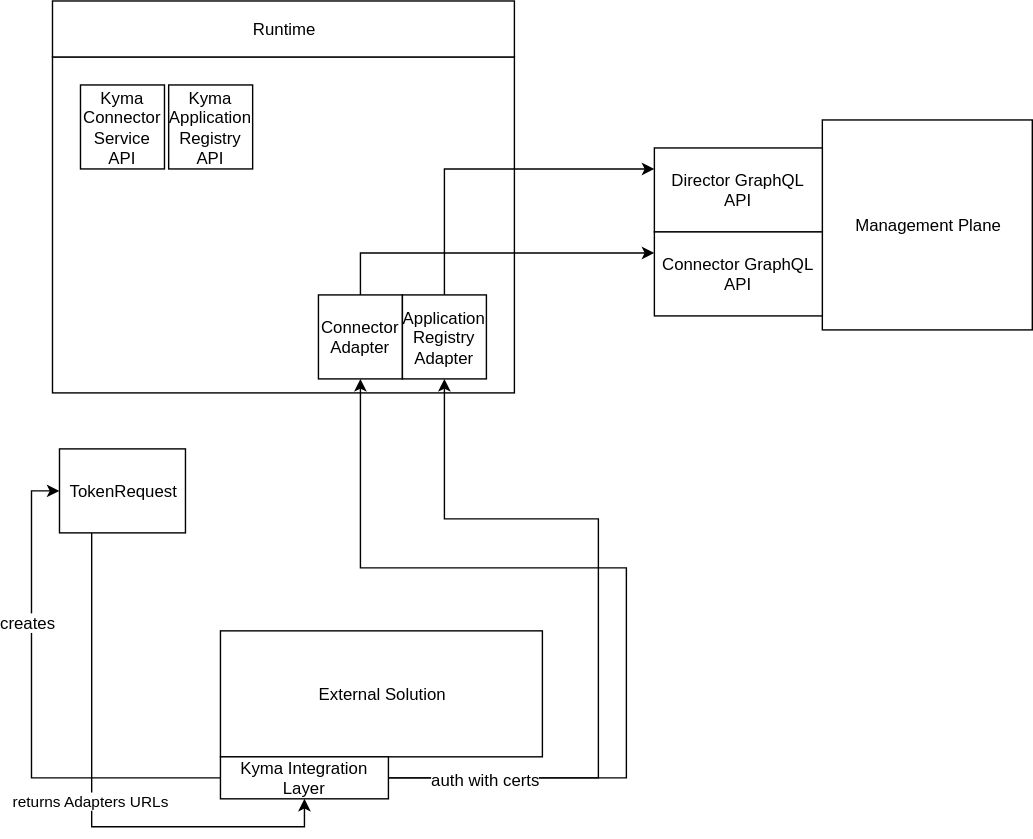
This is docs/investigations/rest-adapters/adpters.svg from kyma-incubator/compass, a draw.io export, as it was before one commit. Source tidied: cells renumbered, new cells last; positions are measured from the earlier drawing's top-left corner, leaving out a move shared by most shapes. Source of this version:
```xml
<mxGraphModel>
  <root>
    <mxCell id="0" />
    <mxCell id="1" parent="0" />
    <mxCell id="2" style="rounded=0;whiteSpace=wrap;html=1;" parent="1" vertex="1">
      <mxGeometry y="40" width="330" height="240" as="geometry" />
    </mxCell>
    <mxCell id="3" value="Management Plane" style="whiteSpace=wrap;html=1;" parent="1" vertex="1">
      <mxGeometry x="550" y="85" width="150" height="150" as="geometry" />
    </mxCell>
    <mxCell id="4" value="Director GraphQL API" style="rounded=0;whiteSpace=wrap;html=1;" parent="1" vertex="1">
      <mxGeometry x="430" y="105" width="120" height="60" as="geometry" />
    </mxCell>
    <mxCell id="5" value="Connector GraphQL API" style="rounded=0;whiteSpace=wrap;html=1;" parent="1" vertex="1">
      <mxGeometry x="430" y="165" width="120" height="60" as="geometry" />
    </mxCell>
    <mxCell id="6" value="Runtime" style="rounded=0;whiteSpace=wrap;html=1;" parent="1" vertex="1">
      <mxGeometry width="330" height="40" as="geometry" />
    </mxCell>
    <mxCell id="7" value="Kyma Connector Service API" style="whiteSpace=wrap;html=1;" parent="1" vertex="1">
      <mxGeometry x="20" y="60" width="60" height="60" as="geometry" />
    </mxCell>
    <mxCell id="8" value="Kyma Application Registry API" style="whiteSpace=wrap;html=1;" parent="1" vertex="1">
      <mxGeometry x="83" y="60" width="60" height="60" as="geometry" />
    </mxCell>
    <mxCell id="9" style="edgeStyle=orthogonalEdgeStyle;rounded=0;jettySize=auto;html=1;exitX=0.5;exitY=0;exitDx=0;exitDy=0;entryX=0;entryY=0.25;entryDx=0;entryDy=0;" parent="1" edge="1" source="10" target="5">
      <mxGeometry relative="1" as="geometry" />
    </mxCell>
    <mxCell id="10" value="Connector Adapter" style="whiteSpace=wrap;html=1;" parent="1" vertex="1">
      <mxGeometry x="190" y="210" width="60" height="60" as="geometry" />
    </mxCell>
    <mxCell id="11" style="edgeStyle=orthogonalEdgeStyle;rounded=0;jettySize=auto;html=1;exitX=0.5;exitY=0;exitDx=0;exitDy=0;entryX=0;entryY=0.25;entryDx=0;entryDy=0;" parent="1" edge="1" source="12" target="4">
      <mxGeometry relative="1" as="geometry" />
    </mxCell>
    <mxCell id="12" value="Application Registry Adapter" style="whiteSpace=wrap;html=1;" parent="1" vertex="1">
      <mxGeometry x="250" y="210" width="60" height="60" as="geometry" />
    </mxCell>
    <mxCell id="13" value="returns Adapters URLs" style="edgeStyle=orthogonalEdgeStyle;rounded=0;jettySize=auto;html=1;exitX=0.25;exitY=1;exitDx=0;exitDy=0;entryX=0.5;entryY=1;entryDx=0;entryDy=0;" parent="1" edge="1" source="14" target="21">
      <mxGeometry relative="1" as="geometry" />
    </mxCell>
    <mxCell id="14" value="TokenRequest" style="rounded=0;whiteSpace=wrap;html=1;" parent="1" vertex="1">
      <mxGeometry x="5" y="320" width="90" height="60" as="geometry" />
    </mxCell>
    <mxCell id="15" value="External Solution" style="rounded=0;whiteSpace=wrap;html=1;" parent="1" vertex="1">
      <mxGeometry x="120" y="450" width="230" height="90" as="geometry" />
    </mxCell>
    <mxCell id="16" style="edgeStyle=orthogonalEdgeStyle;rounded=0;jettySize=auto;html=1;exitX=0;exitY=0.5;exitDx=0;exitDy=0;entryX=0;entryY=0.5;entryDx=0;entryDy=0;" parent="1" edge="1" source="21" target="14">
      <mxGeometry relative="1" as="geometry" />
    </mxCell>
    <mxCell id="17" value="creates" style="text;html=1;align=center;verticalAlign=middle;labelBackgroundColor=#ffffff;" parent="16" vertex="1">
      <mxGeometry x="0.37" y="3" relative="1" as="geometry" />
    </mxCell>
    <mxCell id="18" style="edgeStyle=orthogonalEdgeStyle;rounded=0;jettySize=auto;html=1;exitX=1;exitY=0.5;exitDx=0;exitDy=0;" parent="1" edge="1" source="21" target="10">
      <mxGeometry relative="1" as="geometry">
        <Array as="points">
          <mxPoint x="410" y="555" />
          <mxPoint x="410" y="405" />
          <mxPoint x="220" y="405" />
        </Array>
      </mxGeometry>
    </mxCell>
    <mxCell id="19" style="edgeStyle=orthogonalEdgeStyle;rounded=0;jettySize=auto;html=1;exitX=1;exitY=0.5;exitDx=0;exitDy=0;entryX=0.5;entryY=1;entryDx=0;entryDy=0;" parent="1" edge="1" source="21" target="12">
      <mxGeometry relative="1" as="geometry">
        <Array as="points">
          <mxPoint x="390" y="555" />
          <mxPoint x="390" y="370" />
          <mxPoint x="280" y="370" />
        </Array>
      </mxGeometry>
    </mxCell>
    <mxCell id="20" value="auth with certs" style="text;html=1;align=center;verticalAlign=middle;labelBackgroundColor=#ffffff;" parent="19" vertex="1">
      <mxGeometry x="-0.75" relative="1" as="geometry" />
    </mxCell>
    <mxCell id="21" value="Kyma Integration Layer" style="rounded=0;whiteSpace=wrap;html=1;" parent="1" vertex="1">
      <mxGeometry x="120" y="540" width="120" height="30" as="geometry" />
    </mxCell>
  </root>
</mxGraphModel>
```
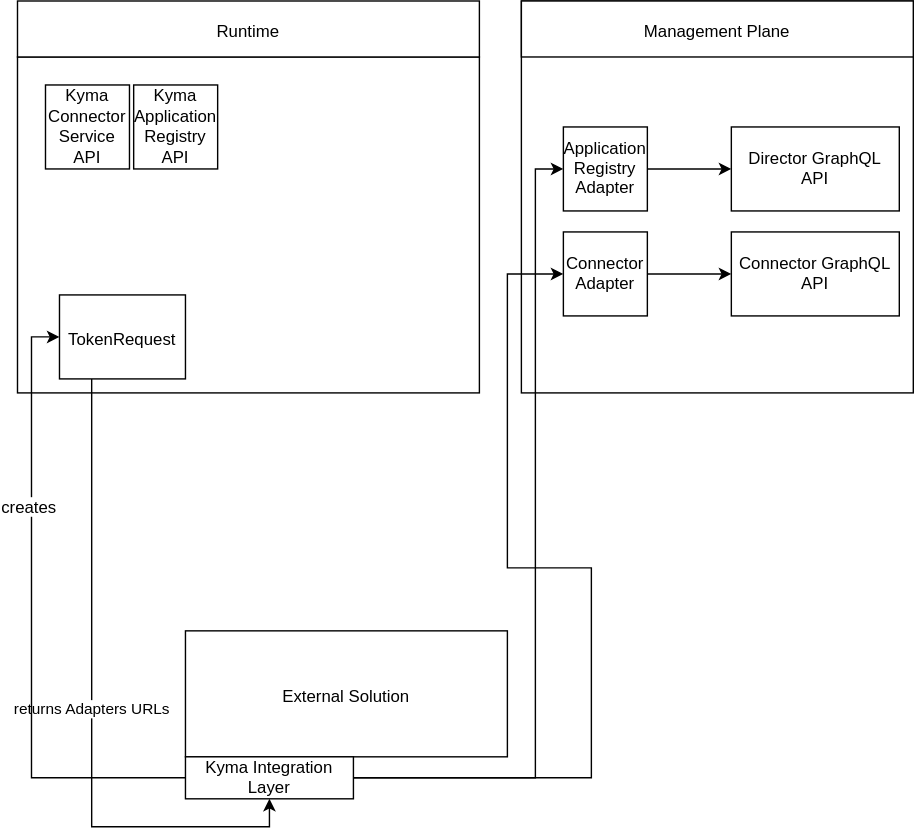
The same file after the commit.

Commit message:
After review

Diff of the diagram source:
```diff
@@ -5,14 +5,14 @@
     <mxCell id="2" style="rounded=0;whiteSpace=wrap;html=1;" parent="1" vertex="1">
       <mxGeometry y="40" width="330" height="240" as="geometry" />
     </mxCell>
-    <mxCell id="3" value="Management Plane" style="whiteSpace=wrap;html=1;" parent="1" vertex="1">
-      <mxGeometry x="550" y="85" width="150" height="150" as="geometry" />
+    <mxCell id="3" style="whiteSpace=wrap;html=1;" parent="1" vertex="1">
+      <mxGeometry x="360" width="280" height="280" as="geometry" />
     </mxCell>
     <mxCell id="4" value="Director GraphQL API" style="rounded=0;whiteSpace=wrap;html=1;" parent="1" vertex="1">
-      <mxGeometry x="430" y="105" width="120" height="60" as="geometry" />
+      <mxGeometry x="510" y="90" width="120" height="60" as="geometry" />
     </mxCell>
     <mxCell id="5" value="Connector GraphQL API" style="rounded=0;whiteSpace=wrap;html=1;" parent="1" vertex="1">
-      <mxGeometry x="430" y="165" width="120" height="60" as="geometry" />
+      <mxGeometry x="510" y="165" width="120" height="60" as="geometry" />
     </mxCell>
     <mxCell id="6" value="Runtime" style="rounded=0;whiteSpace=wrap;html=1;" parent="1" vertex="1">
       <mxGeometry width="330" height="40" as="geometry" />
@@ -23,23 +23,23 @@
     <mxCell id="8" value="Kyma Application Registry API" style="whiteSpace=wrap;html=1;" parent="1" vertex="1">
       <mxGeometry x="83" y="60" width="60" height="60" as="geometry" />
     </mxCell>
-    <mxCell id="9" style="edgeStyle=orthogonalEdgeStyle;rounded=0;jettySize=auto;html=1;exitX=0.5;exitY=0;exitDx=0;exitDy=0;entryX=0;entryY=0.25;entryDx=0;entryDy=0;" parent="1" edge="1" source="10" target="5">
+    <mxCell id="9" style="edgeStyle=orthogonalEdgeStyle;rounded=0;jettySize=auto;html=1;exitX=1;exitY=0.5;exitDx=0;exitDy=0;entryX=0;entryY=0.5;entryDx=0;entryDy=0;" parent="1" edge="1" source="10" target="5">
       <mxGeometry relative="1" as="geometry" />
     </mxCell>
     <mxCell id="10" value="Connector Adapter" style="whiteSpace=wrap;html=1;" parent="1" vertex="1">
-      <mxGeometry x="190" y="210" width="60" height="60" as="geometry" />
+      <mxGeometry x="390" y="165" width="60" height="60" as="geometry" />
     </mxCell>
-    <mxCell id="11" style="edgeStyle=orthogonalEdgeStyle;rounded=0;jettySize=auto;html=1;exitX=0.5;exitY=0;exitDx=0;exitDy=0;entryX=0;entryY=0.25;entryDx=0;entryDy=0;" parent="1" edge="1" source="12" target="4">
+    <mxCell id="11" style="edgeStyle=orthogonalEdgeStyle;rounded=0;jettySize=auto;html=1;exitX=1;exitY=0.5;exitDx=0;exitDy=0;entryX=0;entryY=0.5;entryDx=0;entryDy=0;" parent="1" edge="1" source="12" target="4">
       <mxGeometry relative="1" as="geometry" />
     </mxCell>
     <mxCell id="12" value="Application Registry Adapter" style="whiteSpace=wrap;html=1;" parent="1" vertex="1">
-      <mxGeometry x="250" y="210" width="60" height="60" as="geometry" />
+      <mxGeometry x="390" y="90" width="60" height="60" as="geometry" />
     </mxCell>
     <mxCell id="13" value="returns Adapters URLs" style="edgeStyle=orthogonalEdgeStyle;rounded=0;jettySize=auto;html=1;exitX=0.25;exitY=1;exitDx=0;exitDy=0;entryX=0.5;entryY=1;entryDx=0;entryDy=0;" parent="1" edge="1" source="14" target="21">
       <mxGeometry relative="1" as="geometry" />
     </mxCell>
     <mxCell id="14" value="TokenRequest" style="rounded=0;whiteSpace=wrap;html=1;" parent="1" vertex="1">
-      <mxGeometry x="5" y="320" width="90" height="60" as="geometry" />
+      <mxGeometry x="30" y="210" width="90" height="60" as="geometry" />
     </mxCell>
     <mxCell id="15" value="External Solution" style="rounded=0;whiteSpace=wrap;html=1;" parent="1" vertex="1">
       <mxGeometry x="120" y="450" width="230" height="90" as="geometry" />
@@ -55,24 +55,24 @@
         <Array as="points">
           <mxPoint x="410" y="555" />
           <mxPoint x="410" y="405" />
-          <mxPoint x="220" y="405" />
+          <mxPoint x="350" y="405" />
+          <mxPoint x="350" y="195" />
         </Array>
       </mxGeometry>
     </mxCell>
-    <mxCell id="19" style="edgeStyle=orthogonalEdgeStyle;rounded=0;jettySize=auto;html=1;exitX=1;exitY=0.5;exitDx=0;exitDy=0;entryX=0.5;entryY=1;entryDx=0;entryDy=0;" parent="1" edge="1" source="21" target="12">
+    <mxCell id="19" style="edgeStyle=orthogonalEdgeStyle;rounded=0;jettySize=auto;html=1;exitX=1;exitY=0.5;exitDx=0;exitDy=0;entryX=0;entryY=0.5;entryDx=0;entryDy=0;" parent="1" edge="1" source="21" target="12">
       <mxGeometry relative="1" as="geometry">
         <Array as="points">
-          <mxPoint x="390" y="555" />
-          <mxPoint x="390" y="370" />
-          <mxPoint x="280" y="370" />
+          <mxPoint x="370" y="555" />
+          <mxPoint x="370" y="120" />
         </Array>
       </mxGeometry>
     </mxCell>
-    <mxCell id="20" value="auth with certs" style="text;html=1;align=center;verticalAlign=middle;labelBackgroundColor=#ffffff;" parent="19" vertex="1">
-      <mxGeometry x="-0.75" relative="1" as="geometry" />
-    </mxCell>
     <mxCell id="21" value="Kyma Integration Layer" style="rounded=0;whiteSpace=wrap;html=1;" parent="1" vertex="1">
       <mxGeometry x="120" y="540" width="120" height="30" as="geometry" />
     </mxCell>
+    <mxCell id="22" value="Management Plane" style="rounded=0;whiteSpace=wrap;html=1;" parent="1" vertex="1">
+      <mxGeometry x="360" width="280" height="40" as="geometry" />
+    </mxCell>
   </root>
 </mxGraphModel>
```
